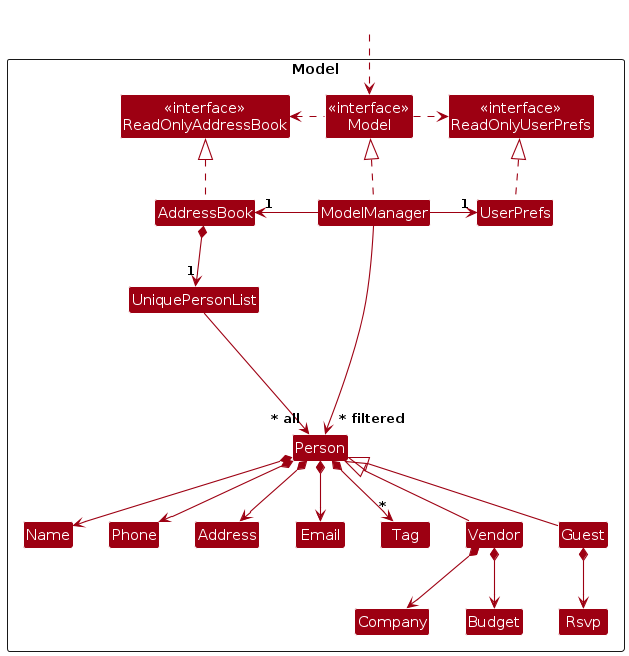
Earlier version of the PlantUML export diagrams/ModelClassDiagram.png (AY2425S1-CS2103T-F09-3/tp). Its source is kept beside it as diagrams/ModelClassDiagram.puml.
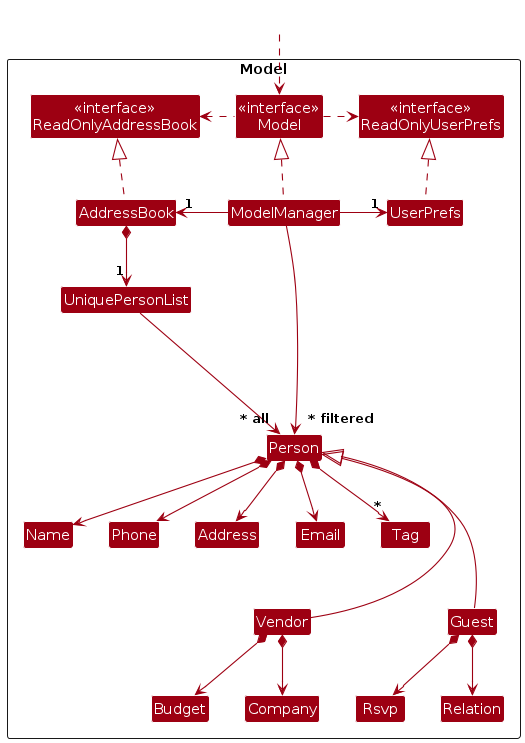
After the commit.

Diff of the diagram source:
```diff
@@ -24,6 +24,7 @@
 Class Budget
 Class Rsvp
 Class Company
+Class Relation
 
 Class I #FFFFFF
 }
@@ -48,10 +49,11 @@
 Person *--> Address
 Person *--> "*" Tag
 
-Person <|--Vendor
-Person <|--Guest
+Person <|--- Vendor
+Person <|--- Guest
 
 Guest *--> Rsvp
+Guest *--> Relation
 Vendor *--> Company
 Vendor *--> Budget
 
```
